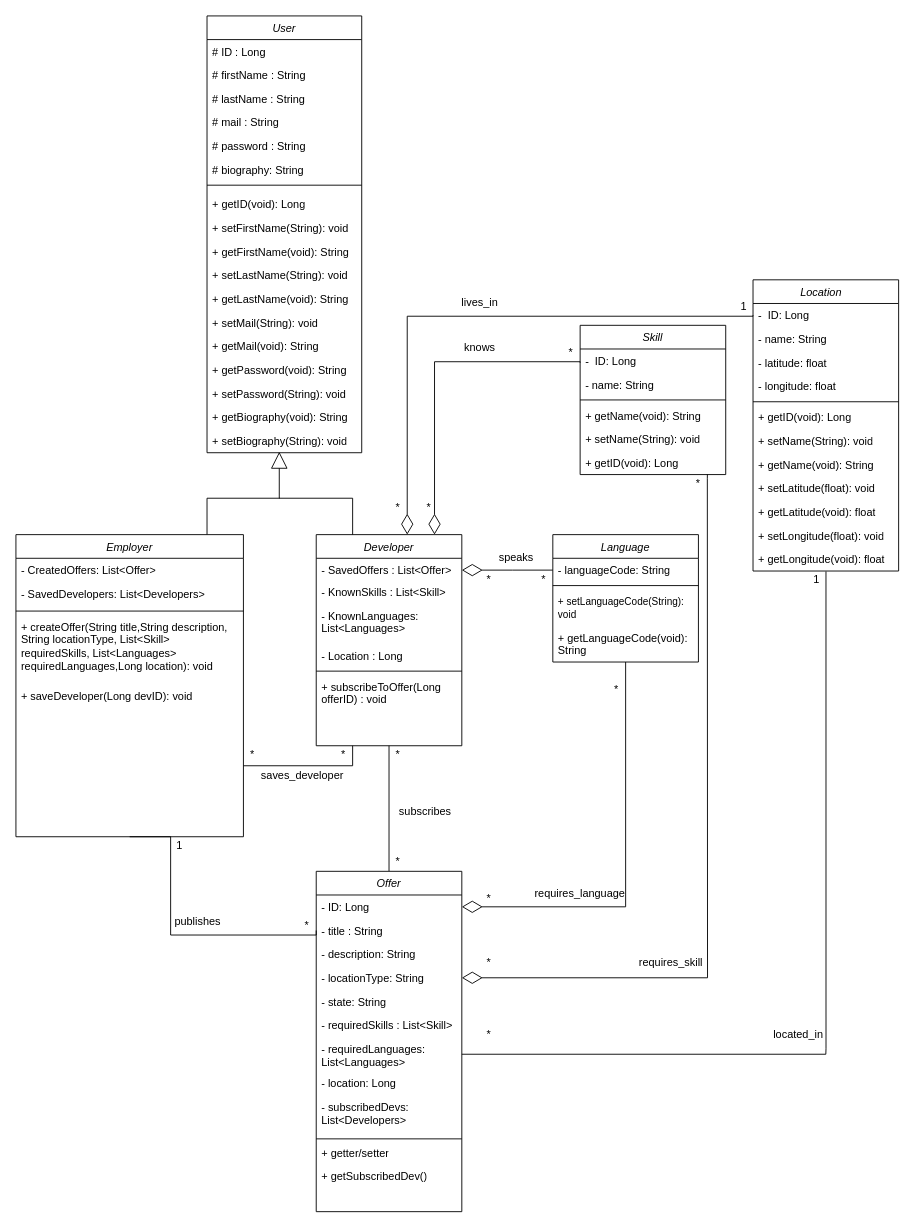
Earlier version of the draw.io diagram Documentazione/3. Object Design Document/class_diagram_odd.drawio (JacopoPassariello/TuringCareers). Source tidied: cells renumbered, new cells numbered last; positions are measured from the earlier drawing's top-left corner, leaving out a move shared by most shapes. Both pictures are drawn from the tidied source at 91%, with x=0, y=0 at pixel (15, 15).
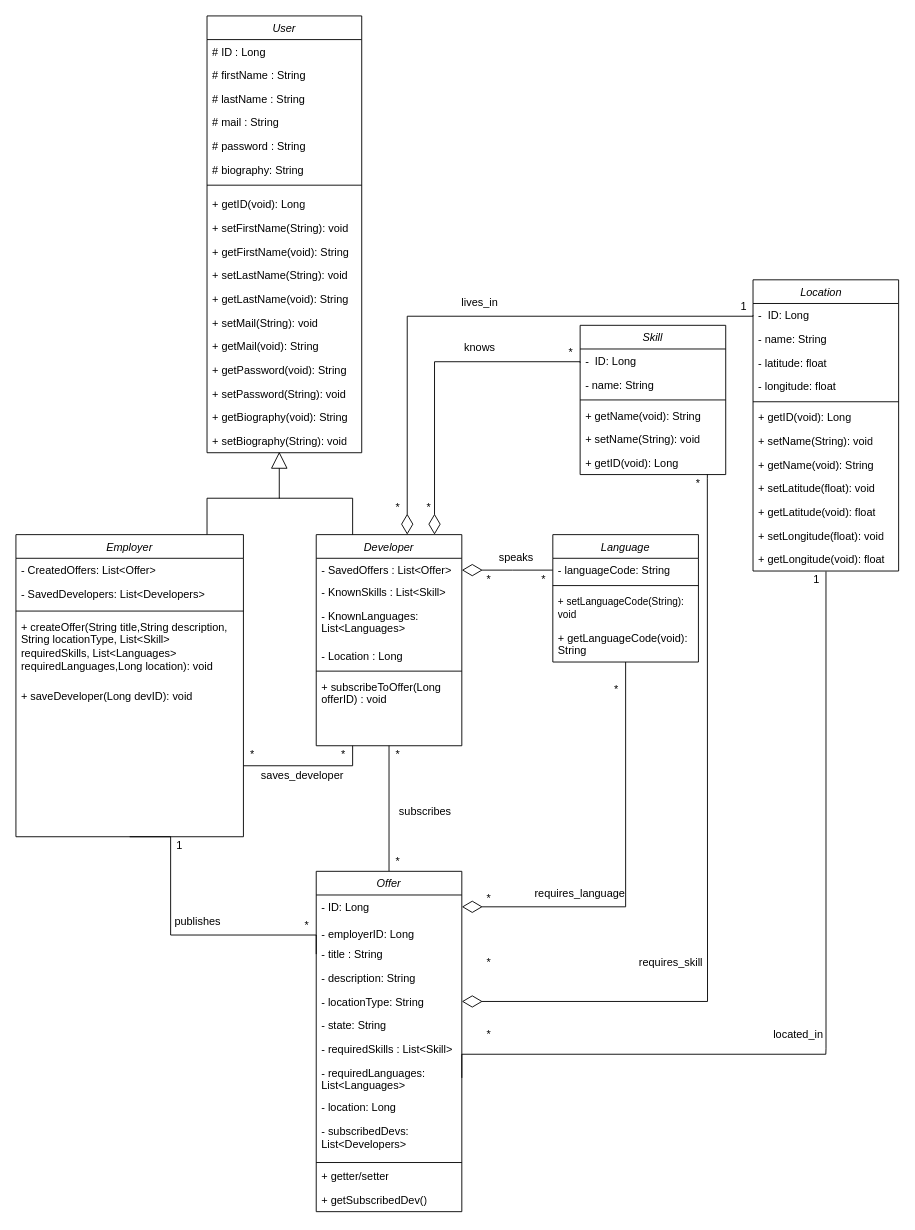
The same diagram, later.

The change refers to these unchanged cells:
```xml
<mxCell id="53" value="Offer" style="swimlane;fontStyle=2;align=center;verticalAlign=top;horizontal=1;startSize=26;rounded=0;shadow=0;strokeWidth=1;" parent="1" vertex="1">
  <mxGeometry x="330" y="940" width="160" height="374" as="geometry" />
</mxCell>
```

Change to the diagram source:
```diff
@@
+    <mxCell id="110" value="&lt;font style=&quot;font-size: 12px;&quot;&gt;- employerID: Long&lt;/font&gt;" style="text;strokeColor=none;fillColor=none;align=left;verticalAlign=top;spacingLeft=4;spacingRight=4;overflow=hidden;whiteSpace=wrap;html=1;fontSize=16;" parent="53" vertex="1">
+      <mxGeometry y="52" width="160" height="26" as="geometry" />
+    </mxCell>
     <mxCell id="55" value="- title : String" style="text;align=left;verticalAlign=top;spacingLeft=4;spacingRight=4;overflow=hidden;points=[[0,0.5],[1,0.5]];portConstraint=eastwest;rounded=0;shadow=0;html=0;" parent="53" vertex="1">
-      <mxGeometry y="52" width="160" height="26" as="geometry" />
+      <mxGeometry y="78" width="160" height="26" as="geometry" />
     </mxCell>
     <mxCell id="56" value="- description: String" style="text;align=left;verticalAlign=top;spacingLeft=4;spacingRight=4;overflow=hidden;rounded=0;shadow=0;html=0;" parent="53" vertex="1">
-      <mxGeometry y="78" width="160" height="26" as="geometry" />
+      <mxGeometry y="104" width="160" height="26" as="geometry" />
     </mxCell>
     <mxCell id="57" value="- locationType: String" style="text;strokeColor=none;fillColor=none;align=left;verticalAlign=top;spacingLeft=4;spacingRight=4;overflow=hidden;points=[[0,0.5],[1,0.5]];portConstraint=eastwest;whiteSpace=wrap;html=1;" parent="53" vertex="1">
-      <mxGeometry y="104" width="160" height="26" as="geometry" />
+      <mxGeometry y="130" width="160" height="26" as="geometry" />
     </mxCell>
     <mxCell id="58" value="- state: String" style="text;strokeColor=none;fillColor=none;align=left;verticalAlign=top;spacingLeft=4;spacingRight=4;overflow=hidden;whiteSpace=wrap;html=1;" parent="53" vertex="1">
-      <mxGeometry y="130" width="160" height="26" as="geometry" />
+      <mxGeometry y="156" width="160" height="26" as="geometry" />
     </mxCell>
     <mxCell id="59" value="- requiredSkills : List&amp;lt;Skill&amp;gt;" style="text;strokeColor=none;fillColor=none;align=left;verticalAlign=top;spacingLeft=4;spacingRight=4;overflow=hidden;whiteSpace=wrap;html=1;" parent="53" vertex="1">
-      <mxGeometry y="156" width="160" height="26" as="geometry" />
+      <mxGeometry y="182" width="160" height="26" as="geometry" />
     </mxCell>
     <mxCell id="60" value="- requiredLanguages: List&amp;lt;Languages&amp;gt;" style="text;strokeColor=none;fillColor=none;align=left;verticalAlign=top;spacingLeft=4;spacingRight=4;overflow=hidden;points=[[0,0.5],[1,0.5]];portConstraint=eastwest;whiteSpace=wrap;html=1;" parent="53" vertex="1">
-      <mxGeometry y="182" width="160" height="38" as="geometry" />
+      <mxGeometry y="208" width="160" height="38" as="geometry" />
     </mxCell>
     <mxCell id="61" value="- location: Long" style="text;strokeColor=none;fillColor=none;align=left;verticalAlign=top;spacingLeft=4;spacingRight=4;overflow=hidden;whiteSpace=wrap;html=1;" parent="53" vertex="1">
-      <mxGeometry y="220" width="160" height="26" as="geometry" />
+      <mxGeometry y="246" width="160" height="26" as="geometry" />
     </mxCell>
     <mxCell id="62" value="- subscribedDevs: List&amp;lt;Developers&amp;gt;" style="text;strokeColor=none;fillColor=none;align=left;verticalAlign=top;spacingLeft=4;spacingRight=4;overflow=hidden;whiteSpace=wrap;html=1;" parent="53" vertex="1">
-      <mxGeometry y="246" width="160" height="46" as="geometry" />
+      <mxGeometry y="272" width="160" height="46" as="geometry" />
     </mxCell>
     <mxCell id="63" style="line;html=1;strokeWidth=1;align=left;verticalAlign=middle;spacingTop=-1;spacingLeft=3;spacingRight=3;labelPosition=right;" parent="53" vertex="1">
-      <mxGeometry y="292" width="160" height="4" as="geometry" />
+      <mxGeometry y="318" width="160" height="4" as="geometry" />
     </mxCell>
     <mxCell id="64" value="+ getter/setter" style="text;strokeColor=none;fillColor=none;align=left;verticalAlign=top;spacingLeft=4;spacingRight=4;overflow=hidden;whiteSpace=wrap;html=1;" parent="53" vertex="1">
-      <mxGeometry y="296" width="160" height="26" as="geometry" />
+      <mxGeometry y="322" width="160" height="26" as="geometry" />
     </mxCell>
     <mxCell id="65" value="+ getSubscribedDev()" style="text;strokeColor=none;fillColor=none;align=left;verticalAlign=top;spacingLeft=4;spacingRight=4;overflow=hidden;whiteSpace=wrap;html=1;" parent="53" vertex="1">
-      <mxGeometry y="322" width="160" height="26" as="geometry" />
+      <mxGeometry y="348" width="160" height="26" as="geometry" />
     </mxCell>
```
